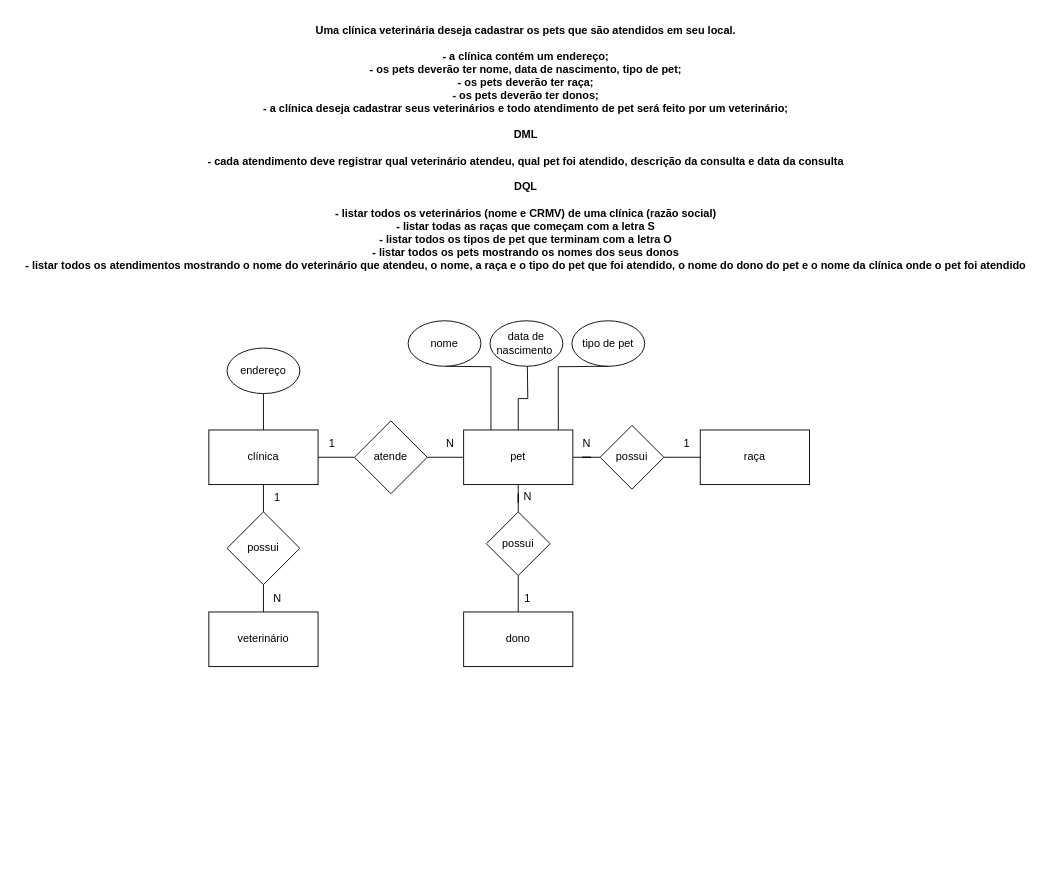
This is 25.07/1.3/1.3 veterinaria.drawio from juliaathar/2DM-senai-sprint1-BD, a draw.io file, before an edit. Source tidied: cells renumbered, new cells numbered last; positions are measured from the earlier drawing's top-left corner, leaving out a move shared by most shapes. Both pictures are drawn from the tidied source at 91%, with x=0, y=0 at pixel (15, 15).
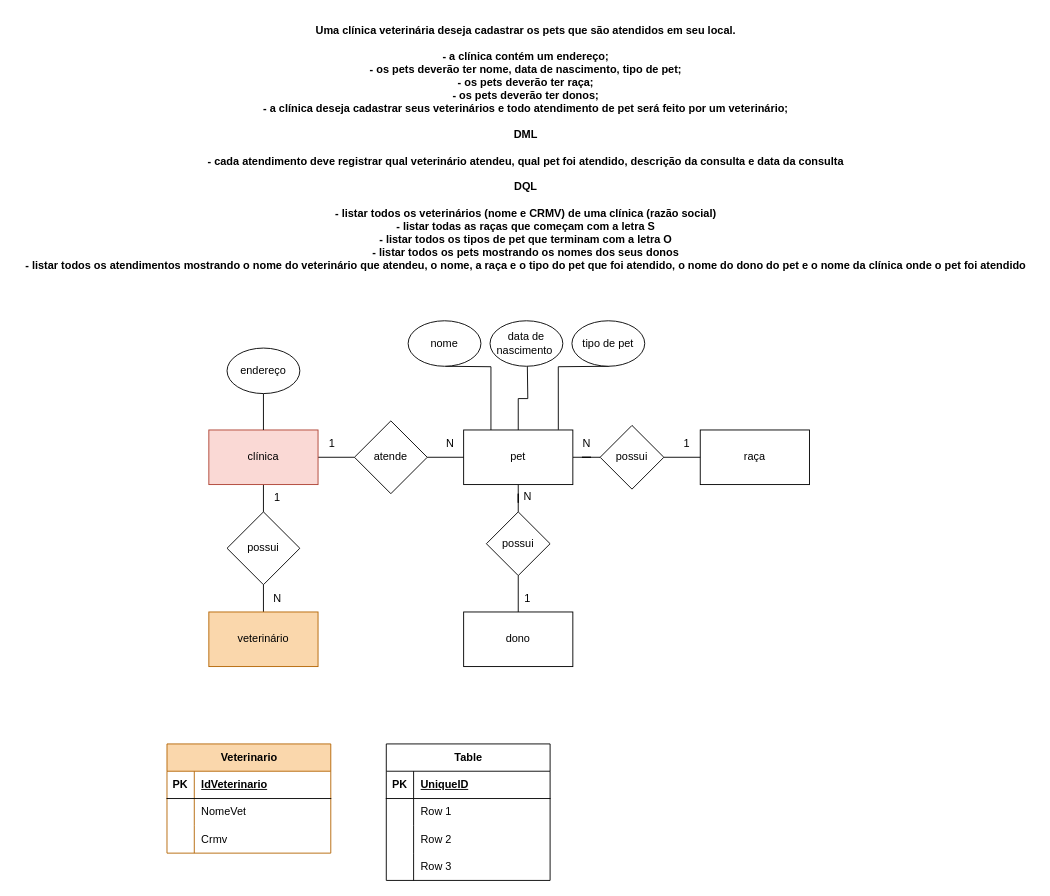
After the change.

Diff of the diagram source:
```diff
@@
-    <mxCell id="5" value="clínica" style="rounded=0;whiteSpace=wrap;html=1;" parent="1" vertex="1">
+    <mxCell id="5" value="clínica" style="rounded=0;whiteSpace=wrap;html=1;fillColor=#fad9d5;strokeColor=#ae4132;" parent="1" vertex="1">
       <mxGeometry x="212" y="455" width="120" height="60" as="geometry" />
     </mxCell>
@@
-    <mxCell id="29" value="veterinário" style="rounded=0;whiteSpace=wrap;html=1;" parent="1" vertex="1">
+    <mxCell id="29" value="veterinário" style="rounded=0;whiteSpace=wrap;html=1;fillColor=#fad7ac;strokeColor=#b46504;" parent="1" vertex="1">
       <mxGeometry x="212" y="655" width="120" height="60" as="geometry" />
     </mxCell>
@@
+    <mxCell id="36" value="Veterinario" style="shape=table;startSize=30;childLayout=tableLayout;rowLines=0;fontStyle=1;align=center;html=1;fillColor=#fad7ac;strokeColor=#b46504;" parent="1" vertex="1">
+      <mxGeometry x="166" y="800" width="180" height="120" as="geometry" />
+    </mxCell>
+    <mxCell id="37" style="shape=tableRow;horizontal=0;startSize=0;swimlaneHead=0;swimlaneBody=0;fillColor=none;top=0;left=0;right=0;bottom=1;" parent="36" vertex="1">
+      <mxGeometry y="30" width="180" height="30" as="geometry" />
+    </mxCell>
+    <mxCell id="38" value="PK" style="shape=partialRectangle;fillColor=none;top=0;left=0;bottom=0;right=0;fontStyle=1;overflow=hidden;whiteSpace=wrap;html=1;" parent="37" vertex="1">
+      <mxGeometry width="30" height="30" as="geometry" />
+    </mxCell>
+    <mxCell id="39" value="IdVeterinario" style="shape=partialRectangle;fillColor=none;top=0;left=0;bottom=0;right=0;align=left;spacingLeft=6;fontStyle=5;overflow=hidden;whiteSpace=wrap;html=1;" parent="37" vertex="1">
+      <mxGeometry x="30" width="150" height="30" as="geometry" />
+    </mxCell>
+    <mxCell id="40" style="shape=tableRow;horizontal=0;startSize=0;swimlaneHead=0;swimlaneBody=0;fillColor=none;top=0;left=0;right=0;bottom=0;" parent="36" vertex="1">
+      <mxGeometry y="60" width="180" height="30" as="geometry" />
+    </mxCell>
+    <mxCell id="41" style="shape=partialRectangle;fillColor=none;top=0;left=0;bottom=0;right=0;overflow=hidden;whiteSpace=wrap;html=1;" parent="40" vertex="1">
+      <mxGeometry width="30" height="30" as="geometry" />
+    </mxCell>
+    <mxCell id="42" value="NomeVet" style="shape=partialRectangle;fillColor=none;top=0;left=0;bottom=0;right=0;align=left;spacingLeft=6;overflow=hidden;whiteSpace=wrap;html=1;" parent="40" vertex="1">
+      <mxGeometry x="30" width="150" height="30" as="geometry" />
+    </mxCell>
+    <mxCell id="43" style="shape=tableRow;horizontal=0;startSize=0;swimlaneHead=0;swimlaneBody=0;fillColor=none;top=0;left=0;right=0;bottom=0;" parent="36" vertex="1">
+      <mxGeometry y="90" width="180" height="30" as="geometry" />
+    </mxCell>
+    <mxCell id="44" style="shape=partialRectangle;fillColor=none;top=0;left=0;bottom=0;right=0;overflow=hidden;whiteSpace=wrap;html=1;" parent="43" vertex="1">
+      <mxGeometry width="30" height="30" as="geometry" />
+    </mxCell>
+    <mxCell id="45" value="Crmv" style="shape=partialRectangle;fillColor=none;top=0;left=0;bottom=0;right=0;align=left;spacingLeft=6;overflow=hidden;whiteSpace=wrap;html=1;" parent="43" vertex="1">
+      <mxGeometry x="30" width="150" height="30" as="geometry" />
+    </mxCell>
+    <mxCell id="46" value="Table" style="shape=table;startSize=30;childLayout=tableLayout;rowLines=0;fontStyle=1;align=center;html=1;" parent="1" vertex="1">
+      <mxGeometry x="407" y="800" width="180" height="150" as="geometry" />
+    </mxCell>
+    <mxCell id="47" style="shape=tableRow;horizontal=0;startSize=0;swimlaneHead=0;swimlaneBody=0;fillColor=none;top=0;left=0;right=0;bottom=1;" parent="46" vertex="1">
+      <mxGeometry y="30" width="180" height="30" as="geometry" />
+    </mxCell>
+    <mxCell id="48" value="PK" style="shape=partialRectangle;fillColor=none;top=0;left=0;bottom=0;right=0;fontStyle=1;overflow=hidden;whiteSpace=wrap;html=1;" parent="47" vertex="1">
+      <mxGeometry width="30" height="30" as="geometry" />
+    </mxCell>
+    <mxCell id="49" value="UniqueID" style="shape=partialRectangle;fillColor=none;top=0;left=0;bottom=0;right=0;align=left;spacingLeft=6;fontStyle=5;overflow=hidden;whiteSpace=wrap;html=1;" parent="47" vertex="1">
+      <mxGeometry x="30" width="150" height="30" as="geometry" />
+    </mxCell>
+    <mxCell id="50" style="shape=tableRow;horizontal=0;startSize=0;swimlaneHead=0;swimlaneBody=0;fillColor=none;top=0;left=0;right=0;bottom=0;" parent="46" vertex="1">
+      <mxGeometry y="60" width="180" height="30" as="geometry" />
+    </mxCell>
+    <mxCell id="51" style="shape=partialRectangle;fillColor=none;top=0;left=0;bottom=0;right=0;overflow=hidden;whiteSpace=wrap;html=1;" parent="50" vertex="1">
+      <mxGeometry width="30" height="30" as="geometry" />
+    </mxCell>
+    <mxCell id="52" value="Row 1" style="shape=partialRectangle;fillColor=none;top=0;left=0;bottom=0;right=0;align=left;spacingLeft=6;overflow=hidden;whiteSpace=wrap;html=1;" parent="50" vertex="1">
+      <mxGeometry x="30" width="150" height="30" as="geometry" />
+    </mxCell>
+    <mxCell id="53" style="shape=tableRow;horizontal=0;startSize=0;swimlaneHead=0;swimlaneBody=0;fillColor=none;top=0;left=0;right=0;bottom=0;" parent="46" vertex="1">
+      <mxGeometry y="90" width="180" height="30" as="geometry" />
+    </mxCell>
+    <mxCell id="54" style="shape=partialRectangle;fillColor=none;top=0;left=0;bottom=0;right=0;overflow=hidden;whiteSpace=wrap;html=1;" parent="53" vertex="1">
+      <mxGeometry width="30" height="30" as="geometry" />
+    </mxCell>
+    <mxCell id="55" value="Row 2" style="shape=partialRectangle;fillColor=none;top=0;left=0;bottom=0;right=0;align=left;spacingLeft=6;overflow=hidden;whiteSpace=wrap;html=1;" parent="53" vertex="1">
+      <mxGeometry x="30" width="150" height="30" as="geometry" />
+    </mxCell>
+    <mxCell id="56" style="shape=tableRow;horizontal=0;startSize=0;swimlaneHead=0;swimlaneBody=0;fillColor=none;top=0;left=0;right=0;bottom=0;" parent="46" vertex="1">
+      <mxGeometry y="120" width="180" height="30" as="geometry" />
+    </mxCell>
+    <mxCell id="57" style="shape=partialRectangle;fillColor=none;top=0;left=0;bottom=0;right=0;overflow=hidden;whiteSpace=wrap;html=1;" parent="56" vertex="1">
+      <mxGeometry width="30" height="30" as="geometry" />
+    </mxCell>
+    <mxCell id="58" value="Row 3" style="shape=partialRectangle;fillColor=none;top=0;left=0;bottom=0;right=0;align=left;spacingLeft=6;overflow=hidden;whiteSpace=wrap;html=1;" parent="56" vertex="1">
+      <mxGeometry x="30" width="150" height="30" as="geometry" />
+    </mxCell>
```
